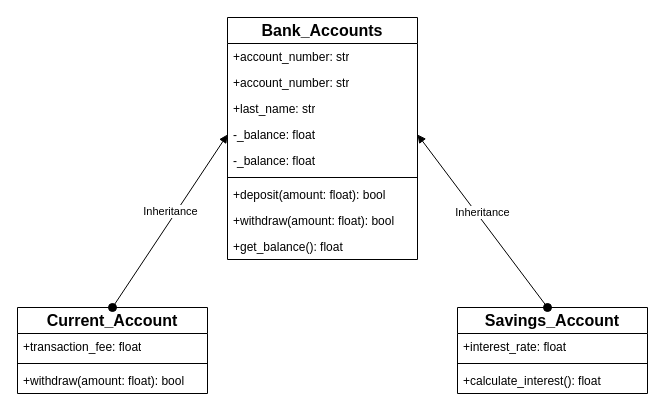
Lyushen/PythonApp keeps this draw.io diagram as OOP_Assignment/documentation/UML_Diagram.net.drawio. Above is the earlier version. Source tidied: cells renumbered, new cells numbered last; positions are measured from the earlier drawing's top-left corner, leaving out a move shared by most shapes. Both pictures are drawn from the tidied source at 100%, with x=0, y=0 at pixel (17, 17).
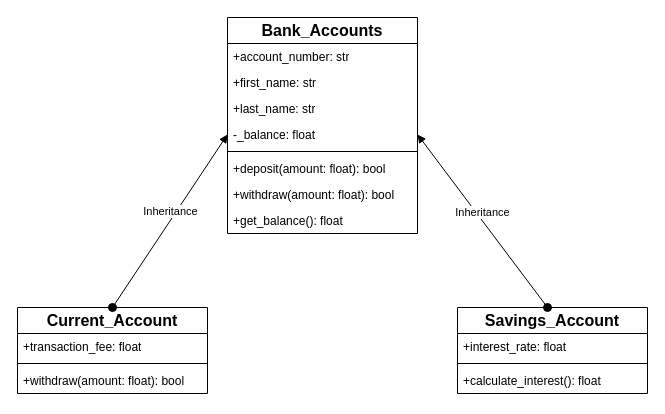
The same page after the edit.

Diff of the diagram source:
```diff
@@
     <mxCell id="2" value="Bank_Accounts" style="swimlane;fontStyle=1;horizontal=1;startSize=26;fillColor=none;whiteSpace=wrap;html=1;fontSize=16;" parent="1" vertex="1">
-      <mxGeometry x="210" width="190" height="242" as="geometry" />
+      <mxGeometry x="210" width="190" height="216" as="geometry" />
     </mxCell>
@@
-    <mxCell id="4" value="+account_number: str" style="text;strokeColor=none;fillColor=none;align=left;verticalAlign=top;spacingLeft=4;spacingRight=4;overflow=hidden;whiteSpace=wrap;html=1;" parent="2" vertex="1">
+    <mxCell id="4" value="+first_name: str&lt;div&gt;&lt;br&gt;&lt;/div&gt;" style="text;strokeColor=none;fillColor=none;align=left;verticalAlign=top;spacingLeft=4;spacingRight=4;overflow=hidden;whiteSpace=wrap;html=1;" parent="2" vertex="1">
       <mxGeometry y="52" width="190" height="26" as="geometry" />
     </mxCell>
@@
-    <mxCell id="7" value="-_balance: float" style="text;strokeColor=none;fillColor=none;align=left;verticalAlign=top;spacingLeft=4;spacingRight=4;overflow=hidden;whiteSpace=wrap;html=1;" parent="2" vertex="1">
-      <mxGeometry y="130" width="190" height="26" as="geometry" />
-    </mxCell>
     <mxCell id="8" style="line;strokeWidth=1;fillColor=none;align=left;verticalAlign=middle;spacingTop=-1;spacingLeft=3;spacingRight=3;labelPosition=right;strokeColor=inherit;" parent="2" vertex="1">
-      <mxGeometry y="156" width="190" height="8" as="geometry" />
+      <mxGeometry y="130" width="190" height="8" as="geometry" />
     </mxCell>
     <mxCell id="9" value="+deposit(amount: float): bool" style="text;strokeColor=none;fillColor=none;align=left;verticalAlign=top;spacingLeft=4;spacingRight=4;overflow=hidden;whiteSpace=wrap;html=1;" parent="2" vertex="1">
-      <mxGeometry y="164" width="190" height="26" as="geometry" />
+      <mxGeometry y="138" width="190" height="26" as="geometry" />
     </mxCell>
     <mxCell id="10" value="+withdraw(amount: float): bool" style="text;strokeColor=none;fillColor=none;align=left;verticalAlign=top;spacingLeft=4;spacingRight=4;overflow=hidden;whiteSpace=wrap;html=1;" parent="2" vertex="1">
-      <mxGeometry y="190" width="190" height="26" as="geometry" />
+      <mxGeometry y="164" width="190" height="26" as="geometry" />
     </mxCell>
     <mxCell id="11" value="+get_balance(): float" style="text;strokeColor=none;fillColor=none;align=left;verticalAlign=top;spacingLeft=4;spacingRight=4;overflow=hidden;whiteSpace=wrap;html=1;" parent="2" vertex="1">
-      <mxGeometry y="216" width="190" height="26" as="geometry" />
+      <mxGeometry y="190" width="190" height="26" as="geometry" />
     </mxCell>
```
